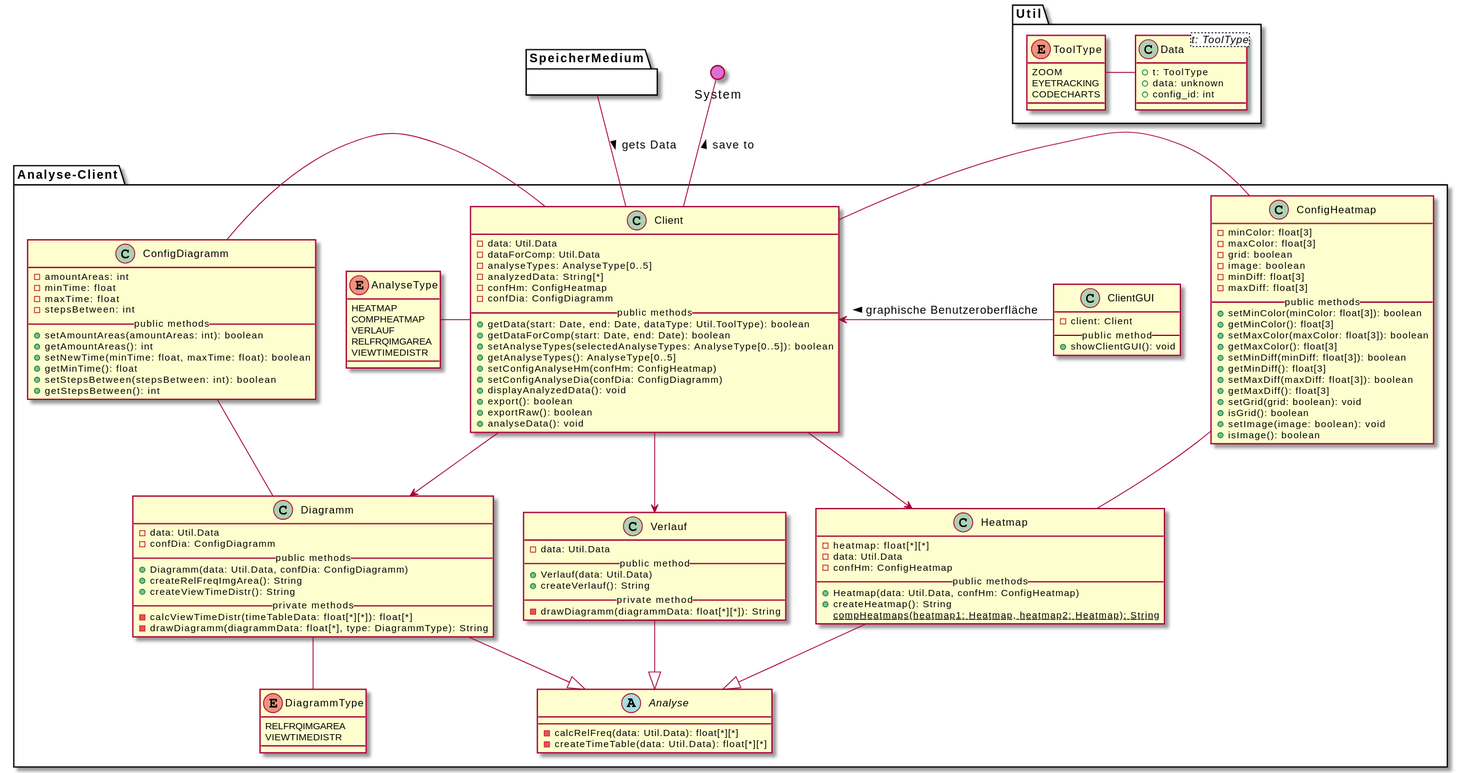
Earlier version of the PlantUML export uml-class/analyseclient/analyseclient.svg (weichware-10/dokumente).
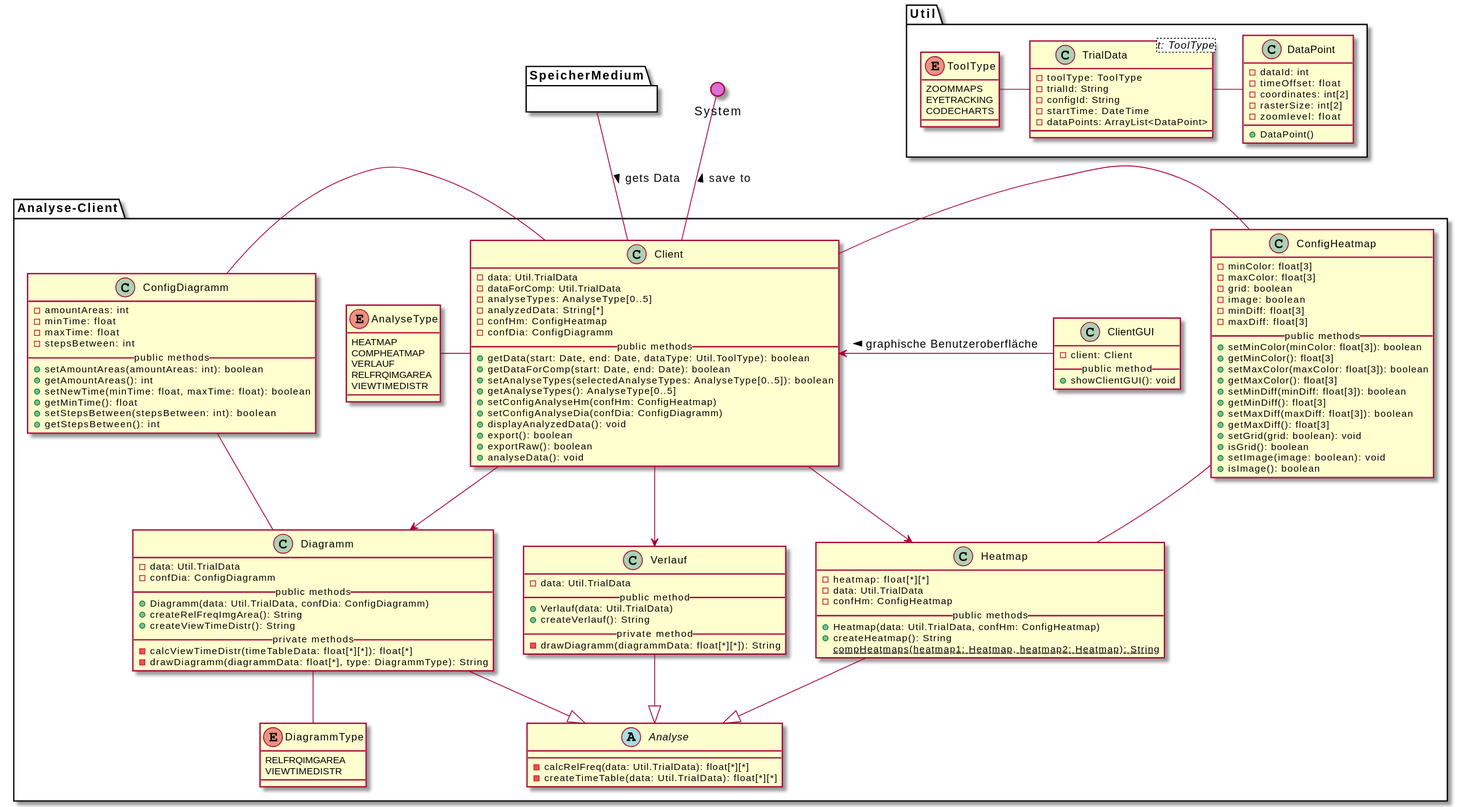
Above is the later version.

Commit message:
[chore] rendered SVGs

Change to the diagram source:
```diff
@@ -2,8 +2,8 @@
 package Analyse-Client{
 
     class Client {
-        - data: Util.Data
-        - dataForComp: Util.Data
+        - data: Util.TrialData
+        - dataForComp: Util.TrialData
         - analyseTypes: AnalyseType[0..5]
         - analyzedData: String[*]
         - confHm: ConfigHeatmap
@@ -22,34 +22,34 @@
     }
 
     abstract Analyse {
-        - calcRelFreq(data: Util.Data): float[*][*]
-        - createTimeTable(data: Util.Data): float[*][*]
+        - calcRelFreq(data: Util.TrialData): float[*][*]
+        - createTimeTable(data: Util.TrialData): float[*][*]
     }
 
     class Heatmap {
         - heatmap: float[*][*]
-        - data: Util.Data
+        - data: Util.TrialData
         - confHm: ConfigHeatmap
         __public methods__
-        + Heatmap(data: Util.Data, confHm: ConfigHeatmap)
+        + Heatmap(data: Util.TrialData, confHm: ConfigHeatmap)
         + createHeatmap(): String
         {static} compHeatmaps(heatmap1: Heatmap, heatmap2: Heatmap): String
     }
 
     class Verlauf {
-        - data: Util.Data
+        - data: Util.TrialData
         __public method__
-        + Verlauf(data: Util.Data)
+        + Verlauf(data: Util.TrialData)
         + createVerlauf(): String
         __private method__
         - drawDiagramm(diagrammData: float[*][*]): String
     }
 
     class Diagramm {
-        - data: Util.Data
+        - data: Util.TrialData
         - confDia: ConfigDiagramm
         __public methods__
-        + Diagramm(data: Util.Data, confDia: ConfigDiagramm)
+        + Diagramm(data: Util.TrialData, confDia: ConfigDiagramm)
         + createRelFreqImgArea(): String
         + createViewTimeDistr(): String
         __private methods__
@@ -134,18 +134,30 @@
 package Util {
 
     enum ToolType {
-        ZOOM
+        ZOOMMAPS
         EYETRACKING
         CODECHARTS
     }
 
-    class Data<t: ToolType> {
-        + t: ToolType
-        + data: unknown
-        + config_id: int
+    class TrialData<t: ToolType> {
+        - toolType: ToolType
+        - trialId: String
+        - configId: String
+        - startTime: DateTime
+        - dataPoints: ArrayList<DataPoint>
     }
 
-    Data -l- ToolType
+    class DataPoint {
+        - dataId: int
+        - timeOffset: float
+        - coordinates: int[2]
+        - rasterSize: int[2]
+        - zoomlevel: float
+        + DataPoint()
+    }
+
+    TrialData -l- ToolType
+    TrialData - DataPoint
 }
 
 () System #DA70D5
```
